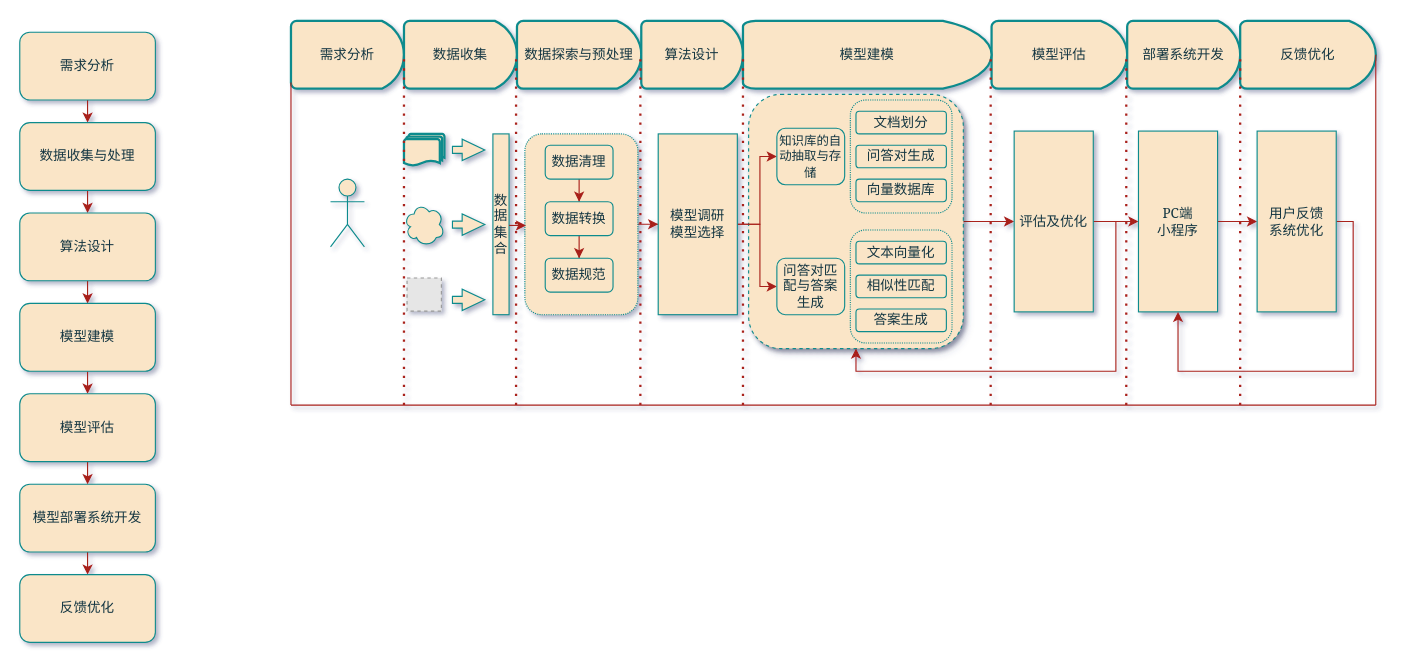
Before: 未命名绘图.drawio in 628014/628014.github.io, a draw.io diagram. Source tidied: cells renumbered, new cells numbered last; positions are measured from the earlier drawing's top-left corner, leaving out a move shared by most shapes. Both pictures are drawn from the tidied source at 113%, with x=0, y=0 at pixel (19, 20). Pictures stored in the file or linked from it are replaced by grey dashed boxes.
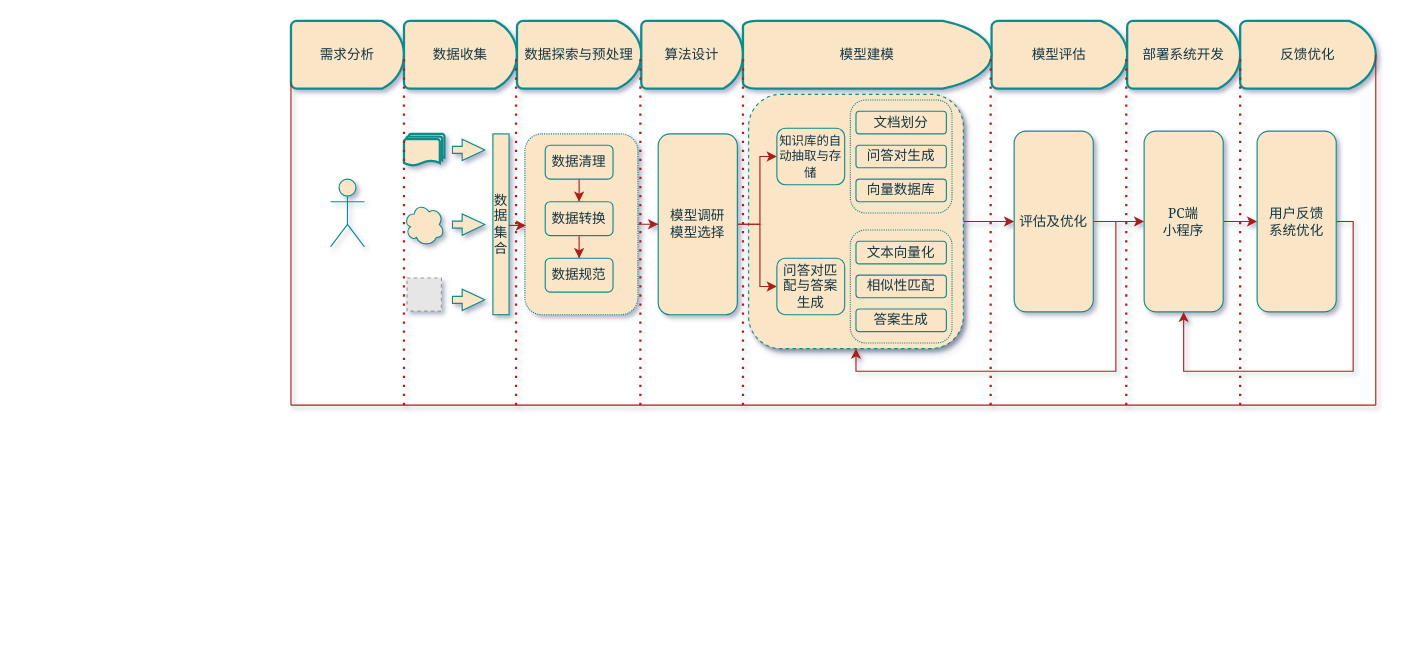
The same page after the edit.

Commit message (it also covers changes not shown here):
更新未命名绘图.drawio

The edit, as a diff of the source:
```diff
@@
-    <mxCell id="6" style="edgeStyle=orthogonalEdgeStyle;rounded=1;jettySize=auto;html=1;entryX=0.5;entryY=0;entryDx=0;entryDy=0;fillColor=#FAE5C7;strokeColor=#A8201A;labelBackgroundColor=none;fontColor=default;fontFamily=Georgia;" parent="1" edge="1" source="7" target="9">
-      <mxGeometry relative="1" as="geometry" />
-    </mxCell>
-    <mxCell id="7" value="&lt;p class=&quot;MsoNormal&quot;&gt;&lt;font&gt;需求分析&lt;/font&gt;&lt;/p&gt;" style="rounded=1;whiteSpace=wrap;html=1;fillColor=#FAE5C7;strokeColor=#0F8B8D;labelBackgroundColor=none;fontColor=#143642;fontFamily=Georgia;" parent="1" vertex="1">
-      <mxGeometry y="10" width="120" height="60" as="geometry" />
-    </mxCell>
-    <mxCell id="8" style="edgeStyle=orthogonalEdgeStyle;rounded=1;jettySize=auto;html=1;entryX=0.5;entryY=0;entryDx=0;entryDy=0;fillColor=#FAE5C7;strokeColor=#A8201A;labelBackgroundColor=none;fontColor=default;fontFamily=Georgia;" parent="1" edge="1" source="9" target="11">
-      <mxGeometry relative="1" as="geometry" />
-    </mxCell>
-    <mxCell id="9" value="&lt;p class=&quot;MsoNormal&quot;&gt;数据收集与处理&lt;/p&gt;" style="rounded=1;whiteSpace=wrap;html=1;fillColor=#FAE5C7;strokeColor=#0F8B8D;labelBackgroundColor=none;fontColor=#143642;fontFamily=Georgia;" parent="1" vertex="1">
-      <mxGeometry y="90" width="120" height="60" as="geometry" />
-    </mxCell>
-    <mxCell id="10" style="edgeStyle=orthogonalEdgeStyle;rounded=1;jettySize=auto;html=1;entryX=0.5;entryY=0;entryDx=0;entryDy=0;fillColor=#FAE5C7;strokeColor=#A8201A;labelBackgroundColor=none;fontColor=default;fontFamily=Georgia;" parent="1" edge="1" source="11" target="13">
-      <mxGeometry relative="1" as="geometry" />
-    </mxCell>
-    <mxCell id="11" value="&lt;p class=&quot;MsoNormal&quot;&gt;算法设计&lt;/p&gt;" style="rounded=1;whiteSpace=wrap;html=1;fillColor=#FAE5C7;strokeColor=#0F8B8D;labelBackgroundColor=none;fontColor=#143642;fontFamily=Georgia;" parent="1" vertex="1">
-      <mxGeometry y="170" width="120" height="60" as="geometry" />
-    </mxCell>
-    <mxCell id="12" style="edgeStyle=orthogonalEdgeStyle;rounded=1;jettySize=auto;html=1;fillColor=#FAE5C7;strokeColor=#A8201A;labelBackgroundColor=none;fontColor=default;fontFamily=Georgia;" parent="1" edge="1" source="13" target="18">
-      <mxGeometry relative="1" as="geometry" />
-    </mxCell>
-    <mxCell id="13" value="&lt;p class=&quot;MsoNormal&quot;&gt;模型建模&lt;/p&gt;" style="rounded=1;whiteSpace=wrap;html=1;fillColor=#FAE5C7;strokeColor=#0F8B8D;labelBackgroundColor=none;fontColor=#143642;fontFamily=Georgia;" parent="1" vertex="1">
-      <mxGeometry y="250" width="120" height="60" as="geometry" />
-    </mxCell>
-    <mxCell id="14" style="edgeStyle=orthogonalEdgeStyle;rounded=1;jettySize=auto;html=1;entryX=0.5;entryY=0;entryDx=0;entryDy=0;fillColor=#FAE5C7;strokeColor=#A8201A;labelBackgroundColor=none;fontColor=default;fontFamily=Georgia;" parent="1" edge="1" source="15" target="16">
-      <mxGeometry relative="1" as="geometry" />
-    </mxCell>
-    <mxCell id="15" value="&lt;p class=&quot;MsoNormal&quot;&gt;模型部署系统开发&lt;/p&gt;" style="rounded=1;whiteSpace=wrap;html=1;fillColor=#FAE5C7;strokeColor=#0F8B8D;labelBackgroundColor=none;fontColor=#143642;fontFamily=Georgia;" parent="1" vertex="1">
-      <mxGeometry y="410" width="120" height="60" as="geometry" />
-    </mxCell>
-    <mxCell id="16" value="&lt;p class=&quot;MsoNormal&quot;&gt;反馈优化&lt;/p&gt;" style="rounded=1;whiteSpace=wrap;html=1;fillColor=#FAE5C7;strokeColor=#0F8B8D;labelBackgroundColor=none;fontColor=#143642;fontFamily=Georgia;" parent="1" vertex="1">
-      <mxGeometry y="490" width="120" height="60" as="geometry" />
-    </mxCell>
-    <mxCell id="17" style="edgeStyle=orthogonalEdgeStyle;rounded=1;jettySize=auto;html=1;entryX=0.5;entryY=0;entryDx=0;entryDy=0;fillColor=#FAE5C7;strokeColor=#A8201A;labelBackgroundColor=none;fontColor=default;fontFamily=Georgia;" parent="1" edge="1" source="18" target="15">
-      <mxGeometry relative="1" as="geometry" />
-    </mxCell>
-    <mxCell id="18" value="&lt;p class=&quot;MsoNormal&quot;&gt;模型评估&lt;/p&gt;" style="rounded=1;whiteSpace=wrap;html=1;fillColor=#FAE5C7;strokeColor=#0F8B8D;labelBackgroundColor=none;fontColor=#143642;fontFamily=Georgia;" parent="1" vertex="1">
-      <mxGeometry y="330" width="120" height="60" as="geometry" />
-    </mxCell>
@@
-    <mxCell id="44" value="模型调研&lt;br&gt;模型选择" style="rounded=0;whiteSpace=wrap;html=1;fontFamily=Georgia;labelBackgroundColor=none;fillColor=#FAE5C7;strokeColor=#0F8B8D;fontColor=#143642;" parent="1" vertex="1">
+    <mxCell id="44" value="模型调研&lt;br&gt;模型选择" style="rounded=1;whiteSpace=wrap;html=1;fontFamily=Georgia;labelBackgroundColor=none;fillColor=#FAE5C7;strokeColor=#0F8B8D;fontColor=#143642;" parent="1" vertex="1">
       <mxGeometry x="565" y="100" width="70" height="160" as="geometry" />
     </mxCell>
@@
-    <mxCell id="55" value="评估及优化" style="rounded=0;whiteSpace=wrap;html=1;fontFamily=Georgia;labelBackgroundColor=none;fillColor=#FAE5C7;strokeColor=#0F8B8D;fontColor=#143642;" parent="1" vertex="1">
+    <mxCell id="55" value="评估及优化" style="rounded=1;whiteSpace=wrap;html=1;fontFamily=Georgia;labelBackgroundColor=none;fillColor=#FAE5C7;strokeColor=#0F8B8D;fontColor=#143642;" parent="1" vertex="1">
       <mxGeometry x="880" y="97.5" width="70" height="160" as="geometry" />
     </mxCell>
@@
-    <mxCell id="57" value="PC端&lt;br&gt;小程序" style="rounded=0;whiteSpace=wrap;html=1;fontFamily=Georgia;labelBackgroundColor=none;fillColor=#FAE5C7;strokeColor=#0F8B8D;fontColor=#143642;" parent="1" vertex="1">
-      <mxGeometry x="990" y="97.5" width="70" height="160" as="geometry" />
+    <mxCell id="57" value="PC端&lt;br&gt;小程序" style="rounded=1;whiteSpace=wrap;html=1;fontFamily=Georgia;labelBackgroundColor=none;fillColor=#FAE5C7;strokeColor=#0F8B8D;fontColor=#143642;" parent="1" vertex="1">
+      <mxGeometry x="995" y="97.5" width="70" height="160" as="geometry" />
     </mxCell>
     <mxCell id="58" style="edgeStyle=orthogonalEdgeStyle;rounded=0;jettySize=auto;html=1;entryX=0.5;entryY=1;entryDx=0;entryDy=0;strokeColor=#A8201A;fontColor=default;fillColor=#FAE5C7;labelBackgroundColor=none;" parent="1" edge="1" source="59" target="57">
       <mxGeometry relative="1" as="geometry">
         <Array as="points">
           <mxPoint x="1180" y="178" />
           <mxPoint x="1180" y="310" />
-          <mxPoint x="1025" y="310" />
+          <mxPoint x="1030" y="310" />
         </Array>
       </mxGeometry>
     </mxCell>
-    <mxCell id="59" value="用户反馈&lt;br style=&quot;border-color: var(--border-color);&quot;&gt;系统优化" style="rounded=0;whiteSpace=wrap;html=1;fontFamily=Georgia;labelBackgroundColor=none;fillColor=#FAE5C7;strokeColor=#0F8B8D;fontColor=#143642;" parent="1" vertex="1">
+    <mxCell id="59" value="用户反馈&lt;br style=&quot;border-color: var(--border-color);&quot;&gt;系统优化" style="rounded=1;whiteSpace=wrap;html=1;fontFamily=Georgia;labelBackgroundColor=none;fillColor=#FAE5C7;strokeColor=#0F8B8D;fontColor=#143642;" parent="1" vertex="1">
       <mxGeometry x="1095" y="97.5" width="70" height="160" as="geometry" />
     </mxCell>
```
